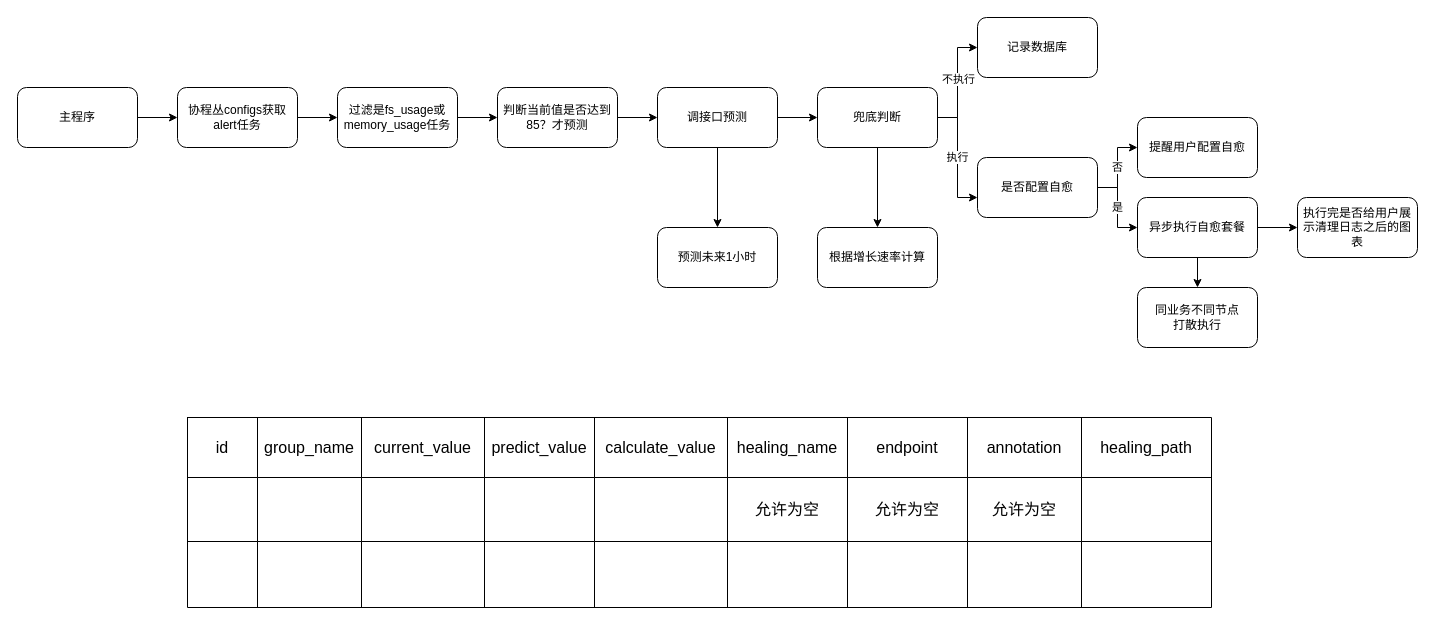
This is predict.drawio from wupei-w/diagrams, a draw.io file, before an edit. Source tidied: cells renumbered, new cells numbered last; positions are measured from the earlier drawing's top-left corner, leaving out a move shared by most shapes. Both pictures are drawn from the tidied source at 100%, with x=0, y=0 at pixel (17, 17).
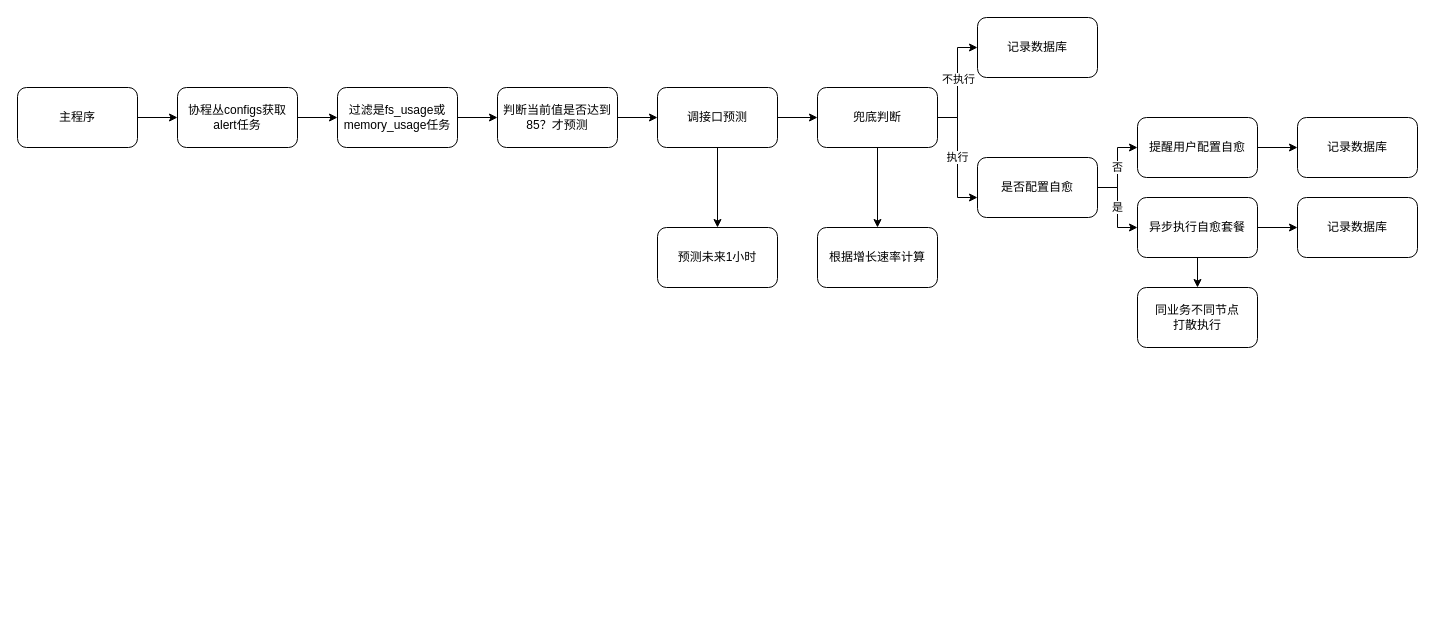
The same page after the edit.

Unchanged cells that the change refers to:
```xml
<mxCell id="23" value="提醒用户配置自愈" style="rounded=1;whiteSpace=wrap;html=1;" parent="1" vertex="1">
  <mxGeometry x="1120" y="100" width="120" height="60" as="geometry" />
</mxCell>
```

What changed in the source:
```diff
@@
+    <mxCell id="61" style="edgeStyle=orthogonalEdgeStyle;rounded=0;jettySize=auto;html=1;" parent="1" edge="1" source="23" target="62">
+      <mxGeometry relative="1" as="geometry" />
+    </mxCell>
@@
-    <mxCell id="28" style="shape=table;startSize=0;childLayout=tableLayout;fontSize=16;" parent="1" vertex="1">
-      <mxGeometry x="170" y="400" width="1024" height="190" as="geometry" />
-    </mxCell>
-    <mxCell id="29" style="shape=tableRow;horizontal=0;startSize=0;swimlaneHead=0;swimlaneBody=0;strokeColor=inherit;top=0;left=0;bottom=0;right=0;fillColor=none;fontSize=16;" parent="28" vertex="1">
-      <mxGeometry width="1024" height="60" as="geometry" />
-    </mxCell>
-    <mxCell id="30" value="id" style="shape=partialRectangle;html=1;whiteSpace=wrap;strokeColor=inherit;overflow=hidden;fillColor=none;top=0;left=0;bottom=0;right=0;fontSize=16;" parent="29" vertex="1">
-      <mxGeometry width="70" height="60" as="geometry" />
-    </mxCell>
-    <mxCell id="31" value="group_name" style="shape=partialRectangle;html=1;whiteSpace=wrap;strokeColor=inherit;overflow=hidden;fillColor=none;top=0;left=0;bottom=0;right=0;fontSize=16;" parent="29" vertex="1">
-      <mxGeometry x="70" width="104" height="60" as="geometry" />
-    </mxCell>
-    <mxCell id="32" value="current_value" style="shape=partialRectangle;html=1;whiteSpace=wrap;strokeColor=inherit;overflow=hidden;fillColor=none;top=0;left=0;bottom=0;right=0;fontSize=16;" parent="29" vertex="1">
-      <mxGeometry x="174" width="123" height="60" as="geometry" />
-    </mxCell>
-    <mxCell id="33" value="predict_value" style="shape=partialRectangle;html=1;whiteSpace=wrap;strokeColor=inherit;overflow=hidden;fillColor=none;top=0;left=0;bottom=0;right=0;fontSize=16;" parent="29" vertex="1">
-      <mxGeometry x="297" width="110" height="60" as="geometry" />
-    </mxCell>
-    <mxCell id="34" value="calculate_value" style="shape=partialRectangle;html=1;whiteSpace=wrap;strokeColor=inherit;overflow=hidden;fillColor=none;top=0;left=0;bottom=0;right=0;fontSize=16;" parent="29" vertex="1">
-      <mxGeometry x="407" width="133" height="60" as="geometry" />
-    </mxCell>
-    <mxCell id="35" value="healing_name" style="shape=partialRectangle;html=1;whiteSpace=wrap;strokeColor=inherit;overflow=hidden;fillColor=none;top=0;left=0;bottom=0;right=0;fontSize=16;" parent="29" vertex="1">
-      <mxGeometry x="540" width="120" height="60" as="geometry" />
-    </mxCell>
-    <mxCell id="36" value="endpoint" style="shape=partialRectangle;html=1;whiteSpace=wrap;strokeColor=inherit;overflow=hidden;fillColor=none;top=0;left=0;bottom=0;right=0;fontSize=16;" parent="29" vertex="1">
-      <mxGeometry x="660" width="120" height="60" as="geometry" />
-    </mxCell>
-    <mxCell id="37" value="annotation" style="shape=partialRectangle;html=1;whiteSpace=wrap;strokeColor=inherit;overflow=hidden;fillColor=none;top=0;left=0;bottom=0;right=0;fontSize=16;" parent="29" vertex="1">
-      <mxGeometry x="780" width="114" height="60" as="geometry" />
-    </mxCell>
-    <mxCell id="38" value="healing_path" style="shape=partialRectangle;html=1;whiteSpace=wrap;strokeColor=inherit;overflow=hidden;fillColor=none;top=0;left=0;bottom=0;right=0;fontSize=16;" parent="29" vertex="1">
-      <mxGeometry x="894" width="130" height="60" as="geometry" />
-    </mxCell>
-    <mxCell id="39" style="shape=tableRow;horizontal=0;startSize=0;swimlaneHead=0;swimlaneBody=0;strokeColor=inherit;top=0;left=0;bottom=0;right=0;fillColor=none;fontSize=16;" parent="28" vertex="1">
-      <mxGeometry y="60" width="1024" height="64" as="geometry" />
-    </mxCell>
-    <mxCell id="40" style="shape=partialRectangle;html=1;whiteSpace=wrap;strokeColor=inherit;overflow=hidden;fillColor=none;top=0;left=0;bottom=0;right=0;fontSize=16;" parent="39" vertex="1">
-      <mxGeometry width="70" height="64" as="geometry" />
-    </mxCell>
-    <mxCell id="41" style="shape=partialRectangle;html=1;whiteSpace=wrap;strokeColor=inherit;overflow=hidden;fillColor=none;top=0;left=0;bottom=0;right=0;fontSize=16;" parent="39" vertex="1">
-      <mxGeometry x="70" width="104" height="64" as="geometry" />
-    </mxCell>
-    <mxCell id="42" style="shape=partialRectangle;html=1;whiteSpace=wrap;strokeColor=inherit;overflow=hidden;fillColor=none;top=0;left=0;bottom=0;right=0;fontSize=16;" parent="39" vertex="1">
-      <mxGeometry x="174" width="123" height="64" as="geometry" />
-    </mxCell>
-    <mxCell id="43" style="shape=partialRectangle;html=1;whiteSpace=wrap;strokeColor=inherit;overflow=hidden;fillColor=none;top=0;left=0;bottom=0;right=0;fontSize=16;" parent="39" vertex="1">
-      <mxGeometry x="297" width="110" height="64" as="geometry" />
-    </mxCell>
-    <mxCell id="44" style="shape=partialRectangle;html=1;whiteSpace=wrap;strokeColor=inherit;overflow=hidden;fillColor=none;top=0;left=0;bottom=0;right=0;fontSize=16;" parent="39" vertex="1">
-      <mxGeometry x="407" width="133" height="64" as="geometry" />
-    </mxCell>
-    <mxCell id="45" value="允许为空" style="shape=partialRectangle;html=1;whiteSpace=wrap;strokeColor=inherit;overflow=hidden;fillColor=none;top=0;left=0;bottom=0;right=0;fontSize=16;" parent="39" vertex="1">
-      <mxGeometry x="540" width="120" height="64" as="geometry" />
-    </mxCell>
-    <mxCell id="46" value="允许为空" style="shape=partialRectangle;html=1;whiteSpace=wrap;strokeColor=inherit;overflow=hidden;fillColor=none;top=0;left=0;bottom=0;right=0;fontSize=16;" parent="39" vertex="1">
-      <mxGeometry x="660" width="120" height="64" as="geometry" />
-    </mxCell>
-    <mxCell id="47" value="允许为空" style="shape=partialRectangle;html=1;whiteSpace=wrap;strokeColor=inherit;overflow=hidden;fillColor=none;top=0;left=0;bottom=0;right=0;fontSize=16;" parent="39" vertex="1">
-      <mxGeometry x="780" width="114" height="64" as="geometry" />
-    </mxCell>
-    <mxCell id="48" style="shape=partialRectangle;html=1;whiteSpace=wrap;strokeColor=inherit;overflow=hidden;fillColor=none;top=0;left=0;bottom=0;right=0;fontSize=16;" parent="39" vertex="1">
-      <mxGeometry x="894" width="130" height="64" as="geometry" />
-    </mxCell>
-    <mxCell id="49" style="shape=tableRow;horizontal=0;startSize=0;swimlaneHead=0;swimlaneBody=0;strokeColor=inherit;top=0;left=0;bottom=0;right=0;fillColor=none;fontSize=16;" parent="28" vertex="1">
-      <mxGeometry y="124" width="1024" height="66" as="geometry" />
-    </mxCell>
-    <mxCell id="50" style="shape=partialRectangle;html=1;whiteSpace=wrap;strokeColor=inherit;overflow=hidden;fillColor=none;top=0;left=0;bottom=0;right=0;fontSize=16;" parent="49" vertex="1">
-      <mxGeometry width="70" height="66" as="geometry" />
-    </mxCell>
-    <mxCell id="51" style="shape=partialRectangle;html=1;whiteSpace=wrap;strokeColor=inherit;overflow=hidden;fillColor=none;top=0;left=0;bottom=0;right=0;fontSize=16;" parent="49" vertex="1">
-      <mxGeometry x="70" width="104" height="66" as="geometry" />
-    </mxCell>
-    <mxCell id="52" style="shape=partialRectangle;html=1;whiteSpace=wrap;strokeColor=inherit;overflow=hidden;fillColor=none;top=0;left=0;bottom=0;right=0;fontSize=16;" parent="49" vertex="1">
-      <mxGeometry x="174" width="123" height="66" as="geometry" />
-    </mxCell>
-    <mxCell id="53" style="shape=partialRectangle;html=1;whiteSpace=wrap;strokeColor=inherit;overflow=hidden;fillColor=none;top=0;left=0;bottom=0;right=0;fontSize=16;" parent="49" vertex="1">
-      <mxGeometry x="297" width="110" height="66" as="geometry" />
-    </mxCell>
-    <mxCell id="54" style="shape=partialRectangle;html=1;whiteSpace=wrap;strokeColor=inherit;overflow=hidden;fillColor=none;top=0;left=0;bottom=0;right=0;fontSize=16;" parent="49" vertex="1">
-      <mxGeometry x="407" width="133" height="66" as="geometry" />
-    </mxCell>
-    <mxCell id="55" style="shape=partialRectangle;html=1;whiteSpace=wrap;strokeColor=inherit;overflow=hidden;fillColor=none;top=0;left=0;bottom=0;right=0;fontSize=16;" parent="49" vertex="1">
-      <mxGeometry x="540" width="120" height="66" as="geometry" />
-    </mxCell>
-    <mxCell id="56" style="shape=partialRectangle;html=1;whiteSpace=wrap;strokeColor=inherit;overflow=hidden;fillColor=none;top=0;left=0;bottom=0;right=0;fontSize=16;" parent="49" vertex="1">
-      <mxGeometry x="660" width="120" height="66" as="geometry" />
-    </mxCell>
-    <mxCell id="57" style="shape=partialRectangle;html=1;whiteSpace=wrap;strokeColor=inherit;overflow=hidden;fillColor=none;top=0;left=0;bottom=0;right=0;fontSize=16;" parent="49" vertex="1">
-      <mxGeometry x="780" width="114" height="66" as="geometry" />
-    </mxCell>
-    <mxCell id="58" style="shape=partialRectangle;html=1;whiteSpace=wrap;strokeColor=inherit;overflow=hidden;fillColor=none;top=0;left=0;bottom=0;right=0;fontSize=16;" parent="49" vertex="1">
-      <mxGeometry x="894" width="130" height="66" as="geometry" />
-    </mxCell>
@@
-    <mxCell id="60" value="执行完是否给用户展示清理日志之后的图表" style="whiteSpace=wrap;html=1;rounded=1;" parent="1" vertex="1">
+    <mxCell id="60" value="记录数据库" style="whiteSpace=wrap;html=1;rounded=1;" parent="1" vertex="1">
       <mxGeometry x="1280" y="180" width="120" height="60" as="geometry" />
     </mxCell>
+    <mxCell id="62" value="记录数据库" style="whiteSpace=wrap;html=1;rounded=1;" parent="1" vertex="1">
+      <mxGeometry x="1280" y="100" width="120" height="60" as="geometry" />
+    </mxCell>
```
